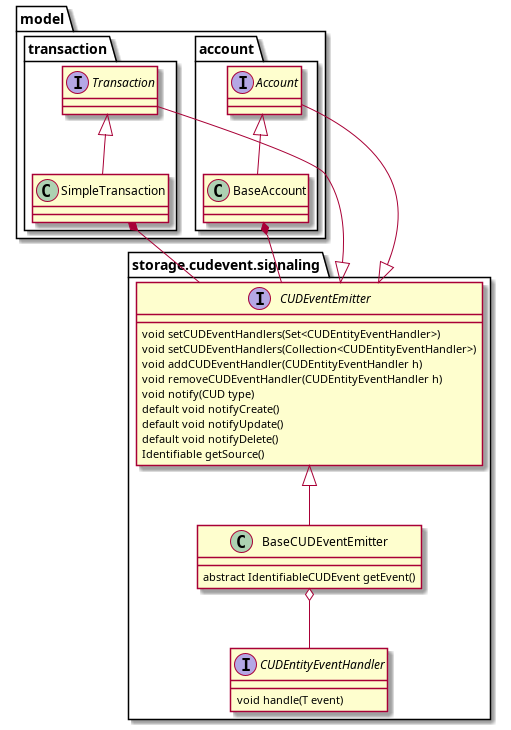
This is storage_cudevent_signaling.png from ilkosta/jbudgetimages, a PlantUML export, as it was before one commit.
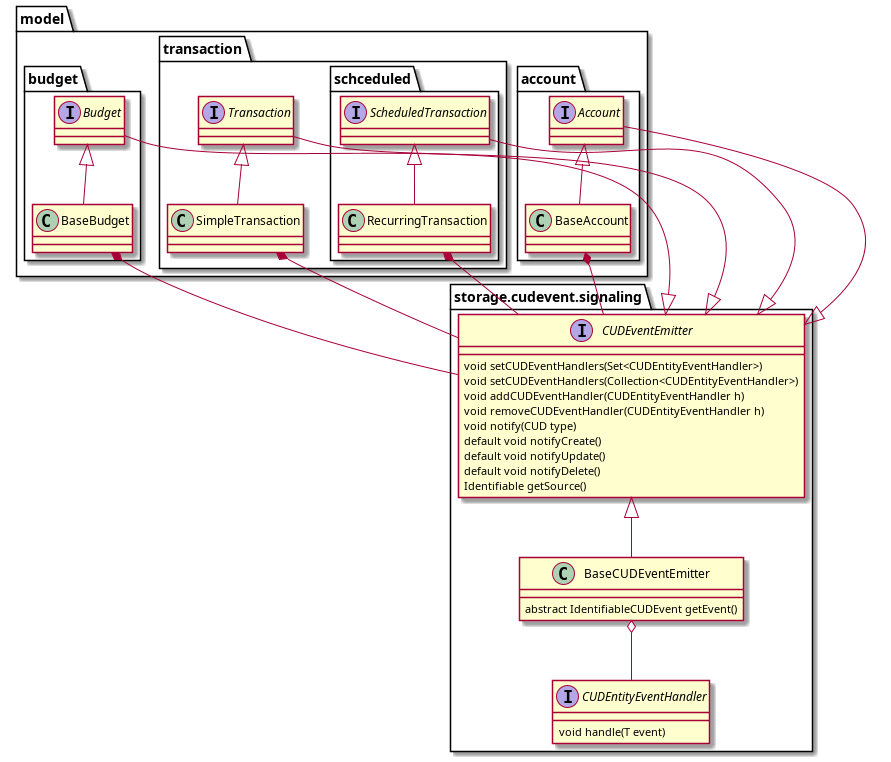
Above is the later version.

Change to the diagram source:
```diff
@@ -6,20 +6,35 @@
         interface Account
         Account <|-- BaseAccount
     }
+    package budget {
+            interface Budget
+            Budget <|-- BaseBudget
+        }
     package transaction {
         interface Transaction
         Transaction <|-- SimpleTransaction
 
+        package schceduled {
+            interface ScheduledTransaction
+            ScheduledTransaction <|-- RecurringTransaction
+
+        }
     }
+
 }
 
 
 package storage.cudevent.signaling {
     CUDEventEmitter <|-- Transaction
+    CUDEventEmitter <|-- ScheduledTransaction
     CUDEventEmitter <|-- Account
+    CUDEventEmitter <|-- Budget
 
     SimpleTransaction *-- CUDEventEmitter
     BaseAccount *-- CUDEventEmitter
+    BaseBudget *-- CUDEventEmitter
+
+    RecurringTransaction *--  CUDEventEmitter
 
     interface CUDEventEmitter {
         void setCUDEventHandlers(Set<CUDEntityEventHandler>)
```
